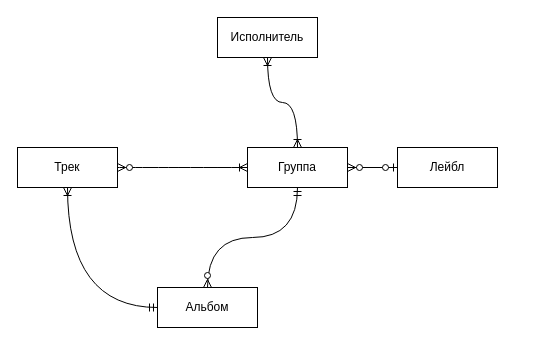
enard-dbzr/DB-MIPT keeps this draw.io diagram as conceptual.drawio. Above is the earlier version. Source tidied: cells renumbered, new cells numbered last; positions are measured from the earlier drawing's top-left corner, leaving out a move shared by most shapes. Both pictures are drawn from the tidied source at 100%, with x=0, y=0 at pixel (17, 17).
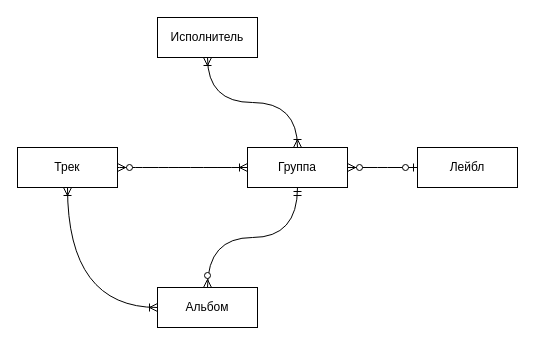
After the change.

Commit message:
fixed track-album relation

Diff of the diagram source:
```diff
@@
 <mxGraphModel>
   <root>
     <mxCell id="0" />
     <mxCell id="1" parent="0" />
     <mxCell id="2" value="Трек" style="whiteSpace=wrap;html=1;align=center;strokeColor=default;verticalAlign=middle;fontFamily=Helvetica;fontSize=12;fontColor=default;fillColor=default;" parent="1" vertex="1">
       <mxGeometry y="130" width="100" height="40" as="geometry" />
     </mxCell>
     <mxCell id="3" value="Исполнитель" style="whiteSpace=wrap;html=1;align=center;" parent="1" vertex="1">
-      <mxGeometry x="200" width="100" height="40" as="geometry" />
+      <mxGeometry x="140" width="100" height="40" as="geometry" />
     </mxCell>
     <mxCell id="4" value="Лейбл" style="whiteSpace=wrap;html=1;align=center;" parent="1" vertex="1">
-      <mxGeometry x="380" y="130" width="100" height="40" as="geometry" />
+      <mxGeometry x="400" y="130" width="100" height="40" as="geometry" />
     </mxCell>
     <mxCell id="5" value="Группа" style="whiteSpace=wrap;html=1;align=center;" parent="1" vertex="1">
       <mxGeometry x="230" y="130" width="100" height="40" as="geometry" />
     </mxCell>
     <mxCell id="6" value="Альбом" style="whiteSpace=wrap;html=1;align=center;strokeColor=default;verticalAlign=middle;fontFamily=Helvetica;fontSize=12;fontColor=default;fillColor=default;" parent="1" vertex="1">
       <mxGeometry x="140" y="270" width="100" height="40" as="geometry" />
     </mxCell>
     <mxCell id="7" style="edgeStyle=entityRelationEdgeStyle;fontSize=12;html=1;endArrow=ERzeroToMany;startArrow=ERzeroToOne;rounded=0;fontFamily=Helvetica;fontColor=default;" parent="1" edge="1" source="4" target="5">
       <mxGeometry relative="1" as="geometry" />
     </mxCell>
     <mxCell id="8" style="edgeStyle=orthogonalEdgeStyle;fontSize=12;html=1;endArrow=ERoneToMany;startArrow=ERoneToMany;rounded=0;fontFamily=Helvetica;fontColor=default;curved=1;" parent="1" edge="1" source="5" target="3">
       <mxGeometry relative="1" as="geometry" />
     </mxCell>
     <mxCell id="9" style="edgeStyle=orthogonalEdgeStyle;fontSize=12;html=1;endArrow=ERzeroToMany;startArrow=ERmandOne;rounded=0;fontFamily=Helvetica;fontColor=default;curved=1;" parent="1" edge="1" source="5" target="6">
       <mxGeometry relative="1" as="geometry" />
     </mxCell>
-    <mxCell id="10" style="edgeStyle=orthogonalEdgeStyle;fontSize=12;html=1;endArrow=ERoneToMany;startArrow=ERmandOne;rounded=0;fontFamily=Helvetica;fontColor=default;curved=1;" parent="1" edge="1" source="6" target="2">
+    <mxCell id="10" style="edgeStyle=orthogonalEdgeStyle;fontSize=12;html=1;endArrow=ERoneToMany;startArrow=ERoneToMany;rounded=0;fontFamily=Helvetica;fontColor=default;curved=1;startFill=0;" parent="1" edge="1" source="6" target="2">
       <mxGeometry relative="1" as="geometry" />
     </mxCell>
     <mxCell id="11" style="edgeStyle=orthogonalEdgeStyle;fontSize=12;html=1;endArrow=ERoneToMany;startArrow=ERzeroToMany;rounded=0;fontFamily=Helvetica;fontColor=default;curved=1;" parent="1" edge="1" source="2" target="5">
       <mxGeometry relative="1" as="geometry" />
     </mxCell>
   </root>
 </mxGraphModel>
```
